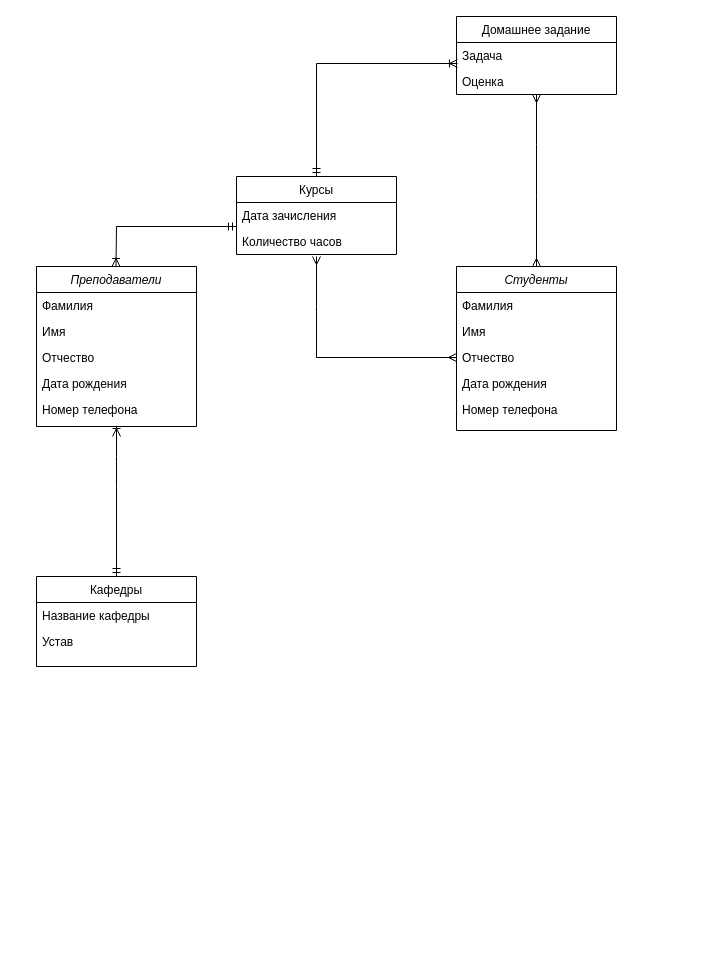
Before: page "Задание-2" (2 of 3) of 14-er/homework-14/homework_14.drawio in alexanderniewmierzycki/da-homeworks-nevmerzhitskii, a draw.io diagram. Source tidied: cells renumbered, new cells numbered last; positions are measured from the earlier drawing's top-left corner, leaving out a move shared by most shapes. Both pictures are drawn from the tidied source at 100%, with x=0, y=0 at pixel (36, 16).
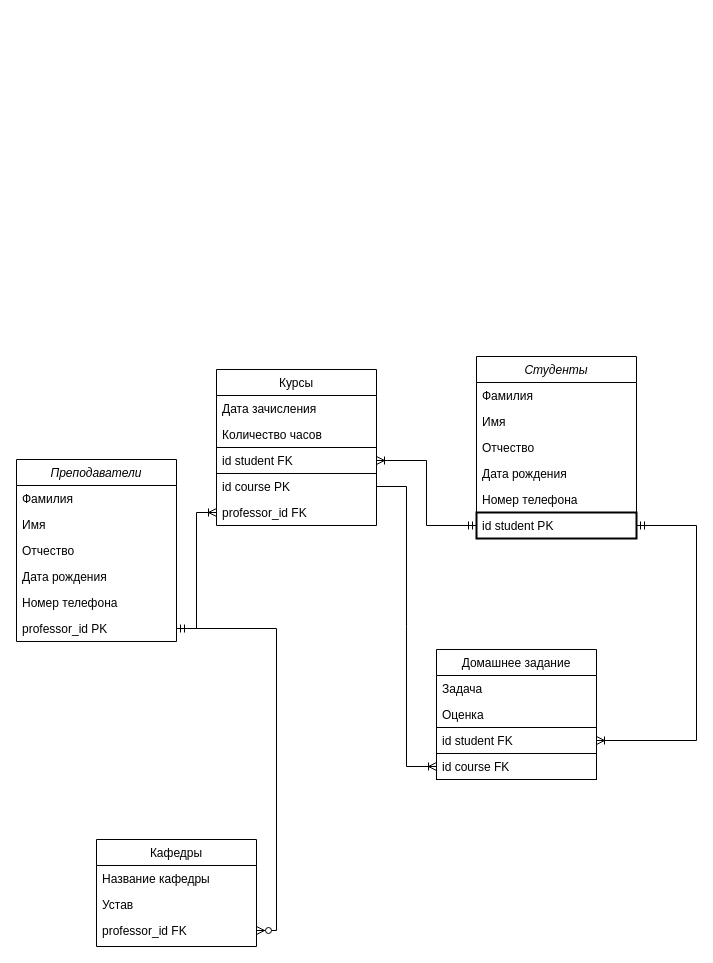
After the change.

The change refers to these unchanged cells:
```xml
<mxCell id="12" value="Дата зачисления" style="text;align=left;verticalAlign=top;spacingLeft=4;spacingRight=4;overflow=hidden;points=[[0,0.5],[1,0.5]];portConstraint=eastwest;" parent="11" vertex="1">
  <mxGeometry y="26" width="160" height="26" as="geometry" />
</mxCell>
<mxCell id="25" value="Оценка" style="text;align=left;verticalAlign=top;spacingLeft=4;spacingRight=4;overflow=hidden;points=[[0,0.5],[1,0.5]];portConstraint=eastwest;" parent="23" vertex="1">
  <mxGeometry y="52" width="160" height="26" as="geometry" />
</mxCell>
```

The edit, as a diff of the source:
```diff
@@
     <mxCell id="2" value="Преподаватели" style="swimlane;fontStyle=2;align=center;verticalAlign=top;horizontal=1;startSize=26;rounded=0;shadow=0;strokeWidth=1;" parent="1" vertex="1">
-      <mxGeometry y="250" width="160" height="160" as="geometry" />
+      <mxGeometry x="-20" y="443" width="160" height="182" as="geometry" />
     </mxCell>
-    <mxCell id="3" value="Фамилия" style="text;align=left;verticalAlign=top;spacingLeft=4;spacingRight=4;overflow=hidden;" parent="2" vertex="1">
-      <mxGeometry y="26" width="160" height="26" as="geometry" />
-    </mxCell>
-    <mxCell id="4" value="Имя" style="text;align=left;verticalAlign=top;spacingLeft=4;spacingRight=4;overflow=hidden;rounded=0;shadow=0;html=0;" parent="2" vertex="1">
-      <mxGeometry y="52" width="160" height="26" as="geometry" />
-    </mxCell>
-    <mxCell id="5" value="Отчество" style="text;align=left;verticalAlign=top;spacingLeft=4;spacingRight=4;overflow=hidden;rounded=0;shadow=0;html=0;" parent="2" vertex="1">
-      <mxGeometry y="78" width="160" height="26" as="geometry" />
-    </mxCell>
-    <mxCell id="6" value="Дата рождения" style="text;align=left;verticalAlign=top;spacingLeft=4;spacingRight=4;overflow=hidden;" parent="2" vertex="1">
-      <mxGeometry y="104" width="160" height="26" as="geometry" />
-    </mxCell>
-    <mxCell id="7" value="Номер телефона" style="text;align=left;verticalAlign=top;spacingLeft=4;spacingRight=4;overflow=hidden;" parent="2" vertex="1">
-      <mxGeometry y="130" width="160" height="26" as="geometry" />
-    </mxCell>
+    <mxCell id="28" value="Фамилия" style="text;align=left;verticalAlign=top;spacingLeft=4;spacingRight=4;overflow=hidden;" parent="2" vertex="1">
+      <mxGeometry y="26" width="160" height="26" as="geometry" />
+    </mxCell>
+    <mxCell id="29" value="Имя" style="text;align=left;verticalAlign=top;spacingLeft=4;spacingRight=4;overflow=hidden;rounded=0;shadow=0;html=0;" parent="2" vertex="1">
+      <mxGeometry y="52" width="160" height="26" as="geometry" />
+    </mxCell>
+    <mxCell id="30" value="Отчество" style="text;align=left;verticalAlign=top;spacingLeft=4;spacingRight=4;overflow=hidden;rounded=0;shadow=0;html=0;" parent="2" vertex="1">
+      <mxGeometry y="78" width="160" height="26" as="geometry" />
+    </mxCell>
+    <mxCell id="31" value="Дата рождения" style="text;align=left;verticalAlign=top;spacingLeft=4;spacingRight=4;overflow=hidden;" parent="2" vertex="1">
+      <mxGeometry y="104" width="160" height="26" as="geometry" />
+    </mxCell>
+    <mxCell id="32" value="Номер телефона" style="text;align=left;verticalAlign=top;spacingLeft=4;spacingRight=4;overflow=hidden;" parent="2" vertex="1">
+      <mxGeometry y="130" width="160" height="26" as="geometry" />
+    </mxCell>
+    <mxCell id="33" value="professor_id PK" style="text;align=left;verticalAlign=top;spacingLeft=4;spacingRight=4;overflow=hidden;points=[[0,0.5],[1,0.5]];portConstraint=eastwest;" parent="2" vertex="1">
+      <mxGeometry y="156" width="160" height="26" as="geometry" />
+    </mxCell>
     <mxCell id="8" value="Кафедры" style="swimlane;fontStyle=0;align=center;verticalAlign=top;horizontal=1;startSize=26;rounded=0;shadow=0;strokeWidth=1;" parent="1" vertex="1">
-      <mxGeometry y="560" width="160" height="90" as="geometry" />
+      <mxGeometry x="60" y="823" width="160" height="107" as="geometry" />
     </mxCell>
@@
+    <mxCell id="34" value="professor_id FK" style="text;align=left;verticalAlign=top;spacingLeft=4;spacingRight=4;overflow=hidden;points=[[0,0.5],[1,0.5]];portConstraint=eastwest;rounded=0;shadow=0;html=0;" parent="8" vertex="1">
+      <mxGeometry y="78" width="160" height="26" as="geometry" />
+    </mxCell>
     <mxCell id="11" value="Курсы" style="swimlane;fontStyle=0;align=center;verticalAlign=top;horizontal=1;startSize=26;rounded=0;shadow=0;strokeWidth=1;" parent="1" vertex="1">
-      <mxGeometry x="200" y="160" width="160" height="78" as="geometry" />
+      <mxGeometry x="180" y="353" width="160" height="156" as="geometry" />
     </mxCell>
@@
+    <mxCell id="35" value="id student FK" style="text;align=left;verticalAlign=top;spacingLeft=4;spacingRight=4;overflow=hidden;points=[[0,0.5],[1,0.5]];portConstraint=eastwest;strokeColor=default;" parent="11" vertex="1">
+      <mxGeometry y="78" width="160" height="26" as="geometry" />
+    </mxCell>
+    <mxCell id="36" value="id course PK" style="text;align=left;verticalAlign=top;spacingLeft=4;spacingRight=4;overflow=hidden;points=[[0,0.5],[1,0.5]];portConstraint=eastwest;" parent="11" vertex="1">
+      <mxGeometry y="104" width="160" height="26" as="geometry" />
+    </mxCell>
+    <mxCell id="37" value="professor_id FK" style="text;align=left;verticalAlign=top;spacingLeft=4;spacingRight=4;overflow=hidden;points=[[0,0.5],[1,0.5]];portConstraint=eastwest;" parent="11" vertex="1">
+      <mxGeometry y="130" width="160" height="26" as="geometry" />
+    </mxCell>
     <mxCell id="14" value="Студенты" style="swimlane;fontStyle=2;align=center;verticalAlign=top;horizontal=1;startSize=26;rounded=0;shadow=0;strokeWidth=1;" parent="1" vertex="1">
-      <mxGeometry x="420" y="250" width="160" height="164" as="geometry" />
+      <mxGeometry x="440" y="340" width="160" height="182" as="geometry" />
     </mxCell>
-    <mxCell id="15" value="Фамилия" style="text;align=left;verticalAlign=top;spacingLeft=4;spacingRight=4;overflow=hidden;" parent="14" vertex="1">
-      <mxGeometry y="26" width="160" height="26" as="geometry" />
-    </mxCell>
-    <mxCell id="16" value="Имя" style="text;align=left;verticalAlign=top;spacingLeft=4;spacingRight=4;overflow=hidden;rounded=0;shadow=0;html=0;" parent="14" vertex="1">
-      <mxGeometry y="52" width="160" height="26" as="geometry" />
-    </mxCell>
-    <mxCell id="17" value="Отчество" style="text;align=left;verticalAlign=top;spacingLeft=4;spacingRight=4;overflow=hidden;points=[[0,0.5],[1,0.5]];portConstraint=eastwest;rounded=0;shadow=0;html=0;" parent="14" vertex="1">
-      <mxGeometry y="78" width="160" height="26" as="geometry" />
-    </mxCell>
-    <mxCell id="18" value="Дата рождения" style="text;align=left;verticalAlign=top;spacingLeft=4;spacingRight=4;overflow=hidden;" parent="14" vertex="1">
-      <mxGeometry y="104" width="160" height="26" as="geometry" />
-    </mxCell>
-    <mxCell id="19" value="Номер телефона" style="text;align=left;verticalAlign=top;spacingLeft=4;spacingRight=4;overflow=hidden;" parent="14" vertex="1">
-      <mxGeometry y="130" width="160" height="26" as="geometry" />
-    </mxCell>
-    <mxCell id="20" style="fontSize=12;html=1;endArrow=ERoneToMany;startArrow=ERmandOne;rounded=0;" parent="1" edge="1">
-      <mxGeometry relative="1" as="geometry">
-        <mxPoint x="80" y="560" as="sourcePoint" />
-        <mxPoint x="80" y="420" as="targetPoint" />
-        <Array as="points">
-          <mxPoint x="80" y="470" />
-          <mxPoint x="80" y="440" />
-          <mxPoint x="80" y="410" />
-        </Array>
-      </mxGeometry>
-    </mxCell>
-    <mxCell id="21" style="fontSize=12;html=1;endArrow=ERoneToMany;startArrow=ERmandOne;rounded=0;exitX=0;exitY=0.923;exitDx=0;exitDy=0;entryX=0.5;entryY=0;entryDx=0;entryDy=0;exitPerimeter=0;" parent="1" edge="1" source="12">
-      <mxGeometry relative="1" as="geometry">
-        <mxPoint x="79.5" y="250" as="targetPoint" />
-        <Array as="points">
-          <mxPoint x="80" y="210" />
-        </Array>
-      </mxGeometry>
-    </mxCell>
-    <mxCell id="22" style="fontSize=12;html=1;endArrow=ERmany;startArrow=ERmany;rounded=0;entryX=0;entryY=0.5;entryDx=0;entryDy=0;" parent="1" edge="1" target="17">
-      <mxGeometry relative="1" as="geometry">
-        <mxPoint x="280" y="240" as="sourcePoint" />
-        <Array as="points">
-          <mxPoint x="280" y="290" />
-          <mxPoint x="280" y="341" />
-        </Array>
-      </mxGeometry>
-    </mxCell>
+    <mxCell id="38" value="Фамилия" style="text;align=left;verticalAlign=top;spacingLeft=4;spacingRight=4;overflow=hidden;" parent="14" vertex="1">
+      <mxGeometry y="26" width="160" height="26" as="geometry" />
+    </mxCell>
+    <mxCell id="39" value="Имя" style="text;align=left;verticalAlign=top;spacingLeft=4;spacingRight=4;overflow=hidden;rounded=0;shadow=0;html=0;" parent="14" vertex="1">
+      <mxGeometry y="52" width="160" height="26" as="geometry" />
+    </mxCell>
+    <mxCell id="40" value="Отчество" style="text;align=left;verticalAlign=top;spacingLeft=4;spacingRight=4;overflow=hidden;rounded=0;shadow=0;html=0;" parent="14" vertex="1">
+      <mxGeometry y="78" width="160" height="26" as="geometry" />
+    </mxCell>
+    <mxCell id="41" value="Дата рождения" style="text;align=left;verticalAlign=top;spacingLeft=4;spacingRight=4;overflow=hidden;" parent="14" vertex="1">
+      <mxGeometry y="104" width="160" height="26" as="geometry" />
+    </mxCell>
+    <mxCell id="42" value="Номер телефона" style="text;align=left;verticalAlign=top;spacingLeft=4;spacingRight=4;overflow=hidden;" parent="14" vertex="1">
+      <mxGeometry y="130" width="160" height="26" as="geometry" />
+    </mxCell>
+    <mxCell id="43" value="id student PK" style="text;align=left;verticalAlign=top;spacingLeft=4;spacingRight=4;overflow=hidden;points=[[0,0.5],[1,0.5]];portConstraint=eastwest;strokeWidth=2;strokeColor=default;" parent="14" vertex="1">
+      <mxGeometry y="156" width="160" height="26" as="geometry" />
+    </mxCell>
+    <mxCell id="44" style="fontSize=12;html=1;endArrow=ERoneToMany;startArrow=ERmandOne;rounded=0;exitX=1;exitY=0.5;exitDx=0;exitDy=0;entryX=0;entryY=0.5;entryDx=0;entryDy=0;edgeStyle=orthogonalEdgeStyle;" parent="1" edge="1" source="33" target="37">
+      <mxGeometry relative="1" as="geometry" />
+    </mxCell>
     <mxCell id="23" value="Домашнее задание" style="swimlane;fontStyle=0;align=center;verticalAlign=top;horizontal=1;startSize=26;rounded=0;shadow=0;strokeWidth=1;" parent="1" vertex="1">
-      <mxGeometry x="420" width="160" height="78" as="geometry" />
+      <mxGeometry x="400" y="633" width="160" height="130" as="geometry" />
     </mxCell>
@@
-    <mxCell id="26" style="fontSize=12;html=1;endArrow=ERoneToMany;startArrow=ERmandOne;rounded=0;exitX=0.5;exitY=0;exitDx=0;exitDy=0;entryX=0.006;entryY=-0.192;entryDx=0;entryDy=0;entryPerimeter=0;" parent="1" edge="1" source="11" target="25">
-      <mxGeometry relative="1" as="geometry">
-        <Array as="points">
-          <mxPoint x="280" y="47" />
-        </Array>
-      </mxGeometry>
-    </mxCell>
-    <mxCell id="27" style="fontSize=12;html=1;endArrow=ERmany;startArrow=ERmany;rounded=0;entryX=0.5;entryY=0;entryDx=0;entryDy=0;" parent="1" edge="1" target="14">
-      <mxGeometry relative="1" as="geometry">
-        <mxPoint x="500" y="78" as="sourcePoint" />
-        <Array as="points">
-          <mxPoint x="500" y="128" />
-          <mxPoint x="500" y="179" />
-        </Array>
-      </mxGeometry>
-    </mxCell>
+    <mxCell id="45" value="id student FK" style="text;align=left;verticalAlign=top;spacingLeft=4;spacingRight=4;overflow=hidden;points=[[0,0.5],[1,0.5]];portConstraint=eastwest;strokeColor=default;" parent="23" vertex="1">
+      <mxGeometry y="78" width="160" height="26" as="geometry" />
+    </mxCell>
+    <mxCell id="46" value="id course FK" style="text;align=left;verticalAlign=top;spacingLeft=4;spacingRight=4;overflow=hidden;points=[[0,0.5],[1,0.5]];portConstraint=eastwest;strokeColor=default;" parent="23" vertex="1">
+      <mxGeometry y="104" width="160" height="26" as="geometry" />
+    </mxCell>
+    <mxCell id="47" style="fontSize=12;html=1;endArrow=ERoneToMany;startArrow=ERmandOne;rounded=0;exitX=0;exitY=0.5;exitDx=0;exitDy=0;entryX=1;entryY=0.5;entryDx=0;entryDy=0;edgeStyle=elbowEdgeStyle;" parent="1" edge="1" source="43" target="35">
+      <mxGeometry relative="1" as="geometry" />
+    </mxCell>
+    <mxCell id="48" style="edgeStyle=entityRelationEdgeStyle;fontSize=12;html=1;endArrow=ERoneToMany;rounded=0;entryX=0;entryY=0.5;entryDx=0;entryDy=0;exitX=1;exitY=0.5;exitDx=0;exitDy=0;" parent="1" edge="1" source="36" target="46">
+      <mxGeometry relative="1" as="geometry" />
+    </mxCell>
+    <mxCell id="49" style="fontSize=12;html=1;endArrow=ERoneToMany;startArrow=ERmandOne;rounded=0;exitX=1;exitY=0.5;exitDx=0;exitDy=0;entryX=1;entryY=0.5;entryDx=0;entryDy=0;edgeStyle=elbowEdgeStyle;" parent="1" edge="1" source="43" target="45">
+      <mxGeometry relative="1" as="geometry">
+        <Array as="points">
+          <mxPoint x="660" y="613" />
+          <mxPoint x="650" y="633" />
+        </Array>
+      </mxGeometry>
+    </mxCell>
+    <mxCell id="50" style="edgeStyle=elbowEdgeStyle;fontSize=12;html=1;endArrow=ERzeroToMany;endFill=1;rounded=0;entryX=1;entryY=0.5;entryDx=0;entryDy=0;exitX=1;exitY=0.5;exitDx=0;exitDy=0;" parent="1" edge="1" source="33" target="34">
+      <mxGeometry relative="1" as="geometry">
+        <Array as="points">
+          <mxPoint x="240" y="773" />
+          <mxPoint x="82.4" y="781.9" />
+        </Array>
+      </mxGeometry>
+    </mxCell>
```
